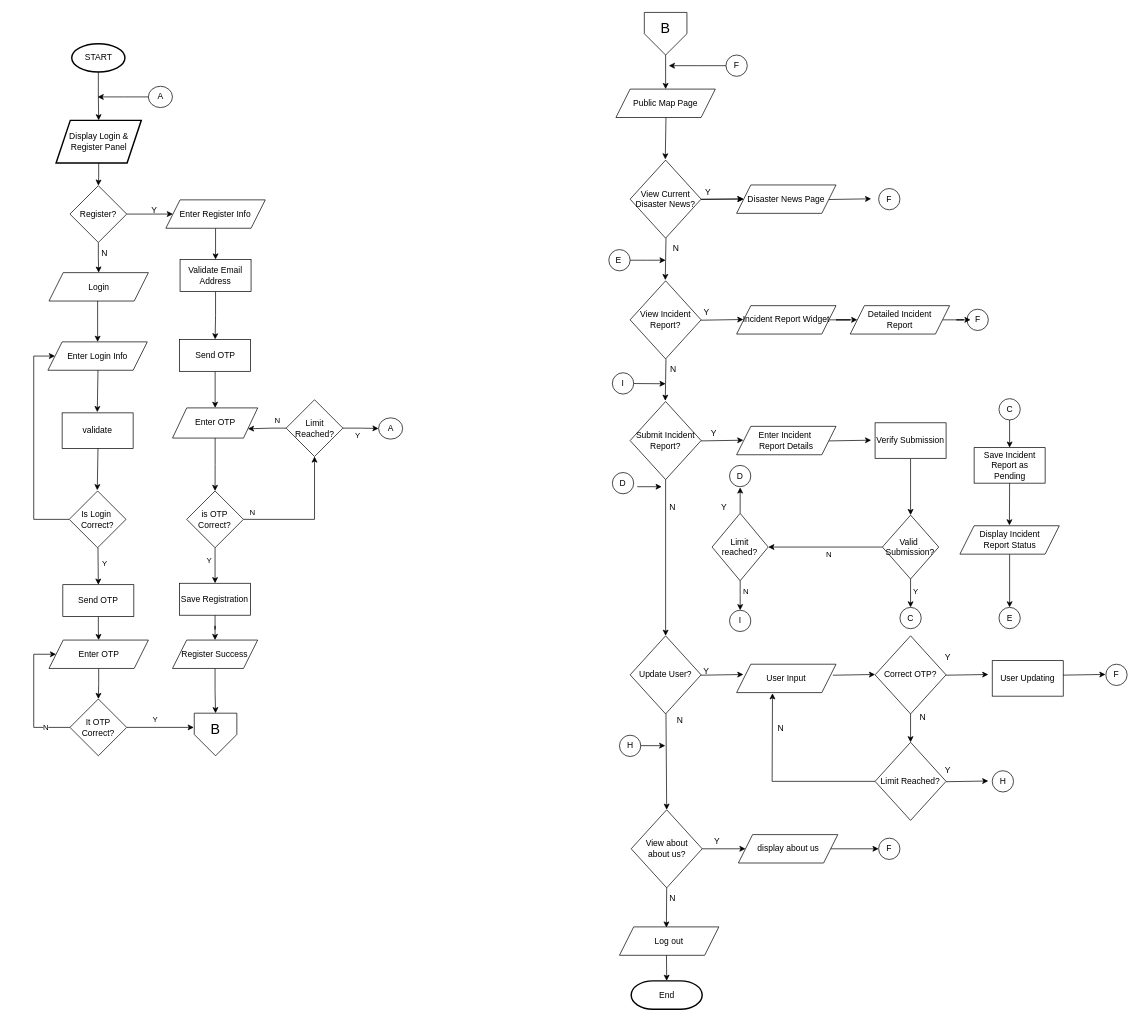
Before: Projects/Flowchart.drawio in N0Obitaz/DrawIODiagrams, a draw.io diagram. Source tidied: cells renumbered, new cells numbered last; positions are measured from the earlier drawing's top-left corner, leaving out a move shared by most shapes. Both pictures are drawn from the tidied source at 71%, with x=0, y=0 at pixel (12, 12).
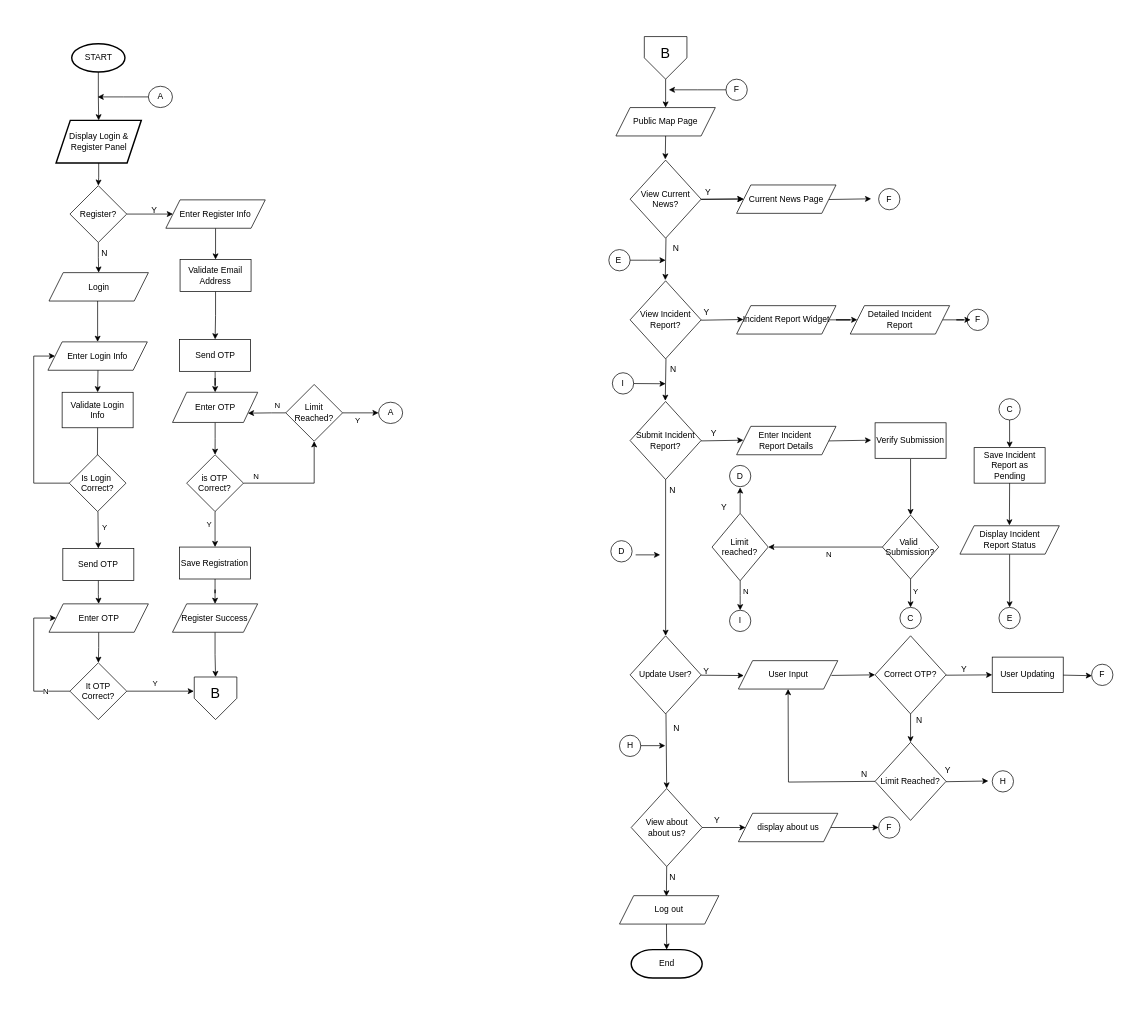
Above is the later version.

The change refers to these unchanged cells:
```xml
<mxCell id="5" value="Enter Login Info" style="shape=parallelogram;perimeter=parallelogramPerimeter;whiteSpace=wrap;html=1;fixedSize=1;" parent="1" vertex="1">
  <mxGeometry x="50" y="464" width="140" height="40" as="geometry" />
</mxCell>
<mxCell id="25" style="edgeStyle=orthogonalEdgeStyle;rounded=0;jettySize=auto;html=1;entryX=0.5;entryY=1;entryDx=0;entryDy=0;" parent="1" edge="1" source="26" target="49">
  <mxGeometry relative="1" as="geometry" />
</mxCell>
<mxCell id="103" value="Correct OTP?" style="rhombus;whiteSpace=wrap;html=1;" parent="1" vertex="1">
  <mxGeometry x="1215" y="878" width="100" height="110" as="geometry" />
</mxCell>
<mxCell id="122" value="Limit Reached?" style="rhombus;whiteSpace=wrap;html=1;" parent="1" vertex="1">
  <mxGeometry x="1215" y="1028" width="100" height="110" as="geometry" />
</mxCell>
```

The edit, as a diff of the source:
```diff
@@
-    <mxCell id="6" style="endArrow=classic;html=1;rounded=0;exitX=0.5;exitY=1;exitDx=0;exitDy=0;exitPerimeter=0;entryX=0.529;entryY=-0.036;entryDx=0;entryDy=0;entryPerimeter=0;" parent="1" edge="1">
+    <mxCell id="6" style="endArrow=classic;html=1;rounded=0;exitX=0.5;exitY=1;exitDx=0;exitDy=0;exitPerimeter=0;entryX=0.5;entryY=0;entryDx=0;entryDy=0;" parent="1" edge="1" target="7">
       <mxGeometry relative="1" as="geometry">
         <mxPoint x="120.5" y="504" as="sourcePoint" />
-        <mxPoint x="119.5" y="563" as="targetPoint" />
       </mxGeometry>
     </mxCell>
-    <mxCell id="7" value="validate" style="rounded=0;whiteSpace=wrap;html=1;" parent="1" vertex="1">
-      <mxGeometry x="70" y="564" width="100" height="50" as="geometry" />
+    <mxCell id="7" value="Validate Login Info" style="rounded=0;whiteSpace=wrap;html=1;" parent="1" vertex="1">
+      <mxGeometry x="70" y="535" width="100" height="50" as="geometry" />
     </mxCell>
-    <mxCell id="8" style="endArrow=classic;html=1;rounded=0;exitX=0.5;exitY=1;exitDx=0;exitDy=0;exitPerimeter=0;entryX=0.529;entryY=-0.036;entryDx=0;entryDy=0;entryPerimeter=0;" parent="1" edge="1">
+    <mxCell id="8" style="endArrow=classic;html=1;rounded=0;exitX=0.5;exitY=1;exitDx=0;exitDy=0;entryX=0.529;entryY=-0.036;entryDx=0;entryDy=0;entryPerimeter=0;" parent="1" edge="1" source="7">
       <mxGeometry relative="1" as="geometry">
-        <mxPoint x="120.5" y="614" as="sourcePoint" />
-        <mxPoint x="119.5" y="673" as="targetPoint" />
+        <mxPoint x="119.5" y="655" as="targetPoint" />
       </mxGeometry>
     </mxCell>
-    <mxCell id="9" style="edgeStyle=orthogonalEdgeStyle;rounded=0;jettySize=auto;html=1;entryX=0;entryY=0.5;entryDx=0;entryDy=0;" parent="1" edge="1" source="10" target="5">
+    <mxCell id="9" style="edgeStyle=orthogonalEdgeStyle;rounded=0;jettySize=auto;html=1;entryX=0;entryY=0.5;entryDx=0;entryDy=0;exitX=0;exitY=0.5;exitDx=0;exitDy=0;" parent="1" edge="1" source="10" target="5">
       <mxGeometry relative="1" as="geometry">
         <Array as="points">
-          <mxPoint x="30" y="714" />
+          <mxPoint x="30" y="663" />
           <mxPoint x="30" y="484" />
         </Array>
       </mxGeometry>
     </mxCell>
     <mxCell id="10" value="Is Login&amp;nbsp;&lt;div&gt;Correct?&lt;/div&gt;" style="rhombus;whiteSpace=wrap;html=1;" parent="1" vertex="1">
-      <mxGeometry x="80" y="674" width="80" height="80" as="geometry" />
+      <mxGeometry x="80" y="623" width="80" height="80" as="geometry" />
     </mxCell>
     <mxCell id="11" style="endArrow=classic;html=1;rounded=0;exitX=0.5;exitY=1;exitDx=0;exitDy=0;exitPerimeter=0;entryX=0.5;entryY=0;entryDx=0;entryDy=0;" parent="1" edge="1" target="36">
       <mxGeometry relative="1" as="geometry">
-        <mxPoint x="120.5" y="754" as="sourcePoint" />
+        <mxPoint x="120.5" y="703" as="sourcePoint" />
       </mxGeometry>
     </mxCell>
@@
+    <mxCell id="155" value="N" style="edgeLabel;html=1;align=center;verticalAlign=middle;" parent="25" vertex="1">
+      <mxGeometry x="-0.55" y="2" relative="1" as="geometry">
+        <mxPoint x="-19" y="-9" as="offset" />
+      </mxGeometry>
+    </mxCell>
     <mxCell id="26" value="is OTP Correct?" style="rhombus;whiteSpace=wrap;html=1;" parent="1" vertex="1">
-      <mxGeometry x="245.4" y="674" width="80" height="80" as="geometry" />
+      <mxGeometry x="245.4" y="623" width="80" height="80" as="geometry" />
     </mxCell>
@@
     <mxCell id="33" value="Register Success" style="shape=parallelogram;perimeter=parallelogramPerimeter;whiteSpace=wrap;html=1;fixedSize=1;" parent="1" vertex="1">
-      <mxGeometry x="225.4" y="884" width="120" height="40" as="geometry" />
+      <mxGeometry x="225.4" y="833" width="120" height="40" as="geometry" />
     </mxCell>
@@
     <mxCell id="36" value="Send OTP" style="rounded=0;whiteSpace=wrap;html=1;" parent="1" vertex="1">
-      <mxGeometry x="71" y="806" width="100" height="45" as="geometry" />
+      <mxGeometry x="71" y="755" width="100" height="45" as="geometry" />
     </mxCell>
@@
     <mxCell id="38" value="Enter OTP" style="shape=parallelogram;perimeter=parallelogramPerimeter;whiteSpace=wrap;html=1;fixedSize=1;" parent="1" vertex="1">
-      <mxGeometry x="51.5" y="884" width="140" height="40" as="geometry" />
+      <mxGeometry x="51.5" y="833" width="140" height="40" as="geometry" />
     </mxCell>
@@
     <mxCell id="41" style="edgeStyle=orthogonalEdgeStyle;rounded=0;jettySize=auto;html=1;entryX=0;entryY=0.5;entryDx=0;entryDy=0;" parent="1" edge="1" source="43" target="38">
       <mxGeometry relative="1" as="geometry">
         <Array as="points">
-          <mxPoint x="30" y="1007" />
-          <mxPoint x="30" y="904" />
+          <mxPoint x="30" y="956" />
+          <mxPoint x="30" y="853" />
         </Array>
       </mxGeometry>
     </mxCell>
@@
     <mxCell id="43" value="It OTP Correct?" style="rhombus;whiteSpace=wrap;html=1;" parent="1" vertex="1">
-      <mxGeometry x="81" y="967" width="80" height="80" as="geometry" />
+      <mxGeometry x="81" y="916" width="80" height="80" as="geometry" />
     </mxCell>
     <mxCell id="44" value="Enter OTP" style="shape=parallelogram;perimeter=parallelogramPerimeter;whiteSpace=wrap;html=1;fixedSize=1;rounded=0;" parent="1" vertex="1">
-      <mxGeometry x="225.5" y="557" width="120" height="42.5" as="geometry" />
+      <mxGeometry x="225.5" y="535" width="120" height="42.5" as="geometry" />
     </mxCell>
@@
     <mxCell id="49" value="Limit Reached?" style="rhombus;whiteSpace=wrap;html=1;" parent="1" vertex="1">
-      <mxGeometry x="385.5" y="545.5" width="80" height="80" as="geometry" />
+      <mxGeometry x="385" y="524" width="80" height="80" as="geometry" />
     </mxCell>
     <mxCell id="50" value="A" style="ellipse;whiteSpace=wrap;html=1;" parent="1" vertex="1">
-      <mxGeometry x="515.7" y="571" width="33.9" height="30" as="geometry" />
+      <mxGeometry x="515.7" y="549" width="33.9" height="30" as="geometry" />
     </mxCell>
@@
     <mxCell id="53" value="Public Map Page" style="shape=parallelogram;perimeter=parallelogramPerimeter;whiteSpace=wrap;html=1;fixedSize=1;" parent="1" vertex="1">
-      <mxGeometry x="850" y="108" width="140" height="40" as="geometry" />
+      <mxGeometry x="850" y="134" width="140" height="40" as="geometry" />
     </mxCell>
-    <mxCell id="54" style="endArrow=classic;html=1;rounded=0;exitX=0.5;exitY=1;exitDx=0;exitDy=0;exitPerimeter=0;entryX=0.529;entryY=-0.036;entryDx=0;entryDy=0;entryPerimeter=0;" parent="1" edge="1">
+    <mxCell id="54" style="endArrow=classic;html=1;rounded=0;exitX=0.5;exitY=1;exitDx=0;exitDy=0;entryX=0.529;entryY=-0.036;entryDx=0;entryDy=0;entryPerimeter=0;" parent="1" edge="1" source="53">
       <mxGeometry relative="1" as="geometry">
-        <mxPoint x="920.5" y="148" as="sourcePoint" />
         <mxPoint x="919.5" y="207" as="targetPoint" />
       </mxGeometry>
     </mxCell>
@@
-    <mxCell id="56" value="View Current&lt;div&gt;Disaster News?&lt;/div&gt;" style="rhombus;whiteSpace=wrap;html=1;" parent="1" vertex="1">
+    <mxCell id="56" value="View Current News?" style="rhombus;whiteSpace=wrap;html=1;" parent="1" vertex="1">
       <mxGeometry x="870" y="208" width="100" height="110" as="geometry" />
     </mxCell>
@@
-    <mxCell id="62" value="Disaster News Page" style="shape=parallelogram;perimeter=parallelogramPerimeter;whiteSpace=wrap;html=1;fixedSize=1;" parent="1" vertex="1">
+    <mxCell id="62" value="Current News Page" style="shape=parallelogram;perimeter=parallelogramPerimeter;whiteSpace=wrap;html=1;fixedSize=1;" parent="1" vertex="1">
       <mxGeometry x="1020" y="243" width="140" height="40" as="geometry" />
     </mxCell>
@@
     <mxCell id="95" style="endArrow=classic;html=1;rounded=0;" parent="1" edge="1">
       <mxGeometry relative="1" as="geometry">
-        <mxPoint x="880" y="668" as="sourcePoint" />
-        <mxPoint x="914.5" y="668" as="targetPoint" />
+        <mxPoint x="877.8" y="764" as="sourcePoint" />
+        <mxPoint x="912.3" y="764" as="targetPoint" />
       </mxGeometry>
     </mxCell>
     <mxCell id="96" style="verticalLabelPosition=bottom;verticalAlign=top;html=1;shape=mxgraph.flowchart.on-page_reference;" parent="1" vertex="1">
-      <mxGeometry x="845" y="648" width="30" height="30" as="geometry" />
+      <mxGeometry x="842.8" y="744" width="30" height="30" as="geometry" />
     </mxCell>
     <mxCell id="97" value="D" style="text;html=1;whiteSpace=wrap;strokeColor=none;fillColor=none;align=center;verticalAlign=middle;rounded=0;" parent="1" vertex="1">
-      <mxGeometry x="830" y="648" width="60" height="30" as="geometry" />
+      <mxGeometry x="827.8" y="744" width="60" height="30" as="geometry" />
     </mxCell>
@@
-    <mxCell id="100" style="endArrow=classic;html=1;rounded=0;exitX=0.5;exitY=1;exitDx=0;exitDy=0;exitPerimeter=0;" parent="1" edge="1">
+    <mxCell id="100" style="endArrow=classic;html=1;rounded=0;exitX=0.5;exitY=1;exitDx=0;exitDy=0;exitPerimeter=0;entryX=0.054;entryY=0.525;entryDx=0;entryDy=0;entryPerimeter=0;" parent="1" edge="1" target="101">
       <mxGeometry relative="1" as="geometry">
         <mxPoint x="970" y="933.5" as="sourcePoint" />
-        <mxPoint x="1029.5" y="932.5" as="targetPoint" />
       </mxGeometry>
     </mxCell>
     <mxCell id="101" value="User Input" style="shape=parallelogram;perimeter=parallelogramPerimeter;whiteSpace=wrap;html=1;fixedSize=1;" parent="1" vertex="1">
-      <mxGeometry x="1020" y="918" width="140" height="40" as="geometry" />
+      <mxGeometry x="1022.5" y="913" width="140" height="40" as="geometry" />
     </mxCell>
-    <mxCell id="102" style="endArrow=classic;html=1;rounded=0;exitX=0.5;exitY=1;exitDx=0;exitDy=0;exitPerimeter=0;" parent="1" edge="1">
-      <mxGeometry relative="1" as="geometry">
-        <mxPoint x="1155.5" y="933.5" as="sourcePoint" />
-        <mxPoint x="1215" y="932.5" as="targetPoint" />
-      </mxGeometry>
+    <mxCell id="102" style="endArrow=classic;html=1;rounded=0;exitX=0.936;exitY=0.52;exitDx=0;exitDy=0;exitPerimeter=0;entryX=0;entryY=0.5;entryDx=0;entryDy=0;" parent="1" edge="1" source="101" target="103">
+      <mxGeometry relative="1" as="geometry" />
     </mxCell>
@@
-    <mxCell id="104" style="endArrow=classic;html=1;rounded=0;exitX=0.5;exitY=1;exitDx=0;exitDy=0;exitPerimeter=0;" parent="1" edge="1">
+    <mxCell id="104" style="endArrow=classic;html=1;rounded=0;exitX=0.5;exitY=1;exitDx=0;exitDy=0;exitPerimeter=0;entryX=0;entryY=0.5;entryDx=0;entryDy=0;" parent="1" edge="1" target="105">
       <mxGeometry relative="1" as="geometry">
         <mxPoint x="1315" y="933.5" as="sourcePoint" />
-        <mxPoint x="1374.5" y="932.5" as="targetPoint" />
       </mxGeometry>
     </mxCell>
     <mxCell id="105" value="User Updating" style="rounded=0;whiteSpace=wrap;html=1;" parent="1" vertex="1">
-      <mxGeometry x="1380" y="913" width="100" height="50" as="geometry" />
+      <mxGeometry x="1380" y="908" width="100" height="50" as="geometry" />
     </mxCell>
-    <mxCell id="106" style="endArrow=classic;html=1;rounded=0;exitX=0.5;exitY=1;exitDx=0;exitDy=0;exitPerimeter=0;" parent="1" edge="1">
+    <mxCell id="106" style="endArrow=classic;html=1;rounded=0;exitX=0.5;exitY=1;exitDx=0;exitDy=0;exitPerimeter=0;entryX=0.015;entryY=0.54;entryDx=0;entryDy=0;entryPerimeter=0;" parent="1" edge="1" target="133">
       <mxGeometry relative="1" as="geometry">
         <mxPoint x="1480" y="933.4" as="sourcePoint" />
-        <mxPoint x="1539.5" y="932.4" as="targetPoint" />
       </mxGeometry>
     </mxCell>
@@
     <mxCell id="108" value="View about&lt;div&gt;about us?&lt;/div&gt;" style="rhombus;whiteSpace=wrap;html=1;" parent="1" vertex="1">
-      <mxGeometry x="871.5" y="1123" width="100" height="110" as="geometry" />
+      <mxGeometry x="871.5" y="1093" width="100" height="110" as="geometry" />
     </mxCell>
@@
     <mxCell id="111" value="display about us" style="shape=parallelogram;perimeter=parallelogramPerimeter;whiteSpace=wrap;html=1;fixedSize=1;" parent="1" vertex="1">
-      <mxGeometry x="1022.5" y="1158" width="140" height="40" as="geometry" />
+      <mxGeometry x="1022.5" y="1128" width="140" height="40" as="geometry" />
     </mxCell>
     <mxCell id="112" value="N" style="text;html=1;whiteSpace=wrap;strokeColor=none;fillColor=none;align=center;verticalAlign=middle;rounded=0;" parent="1" vertex="1">
-      <mxGeometry x="907.5" y="978" width="65" height="40" as="geometry" />
+      <mxGeometry x="902.5" y="988" width="65" height="40" as="geometry" />
     </mxCell>
@@
     <mxCell id="116" value="Y" style="text;html=1;whiteSpace=wrap;strokeColor=none;fillColor=none;align=center;verticalAlign=middle;rounded=0;" parent="1" vertex="1">
-      <mxGeometry x="960" y="1148" width="65" height="40" as="geometry" />
+      <mxGeometry x="960" y="1118" width="65" height="40" as="geometry" />
     </mxCell>
@@
     <mxCell id="118" value="Log out" style="shape=parallelogram;perimeter=parallelogramPerimeter;whiteSpace=wrap;html=1;fixedSize=1;" parent="1" vertex="1">
-      <mxGeometry x="855" y="1288" width="140" height="40" as="geometry" />
+      <mxGeometry x="855" y="1244" width="140" height="40" as="geometry" />
     </mxCell>
     <mxCell id="119" style="endArrow=classic;html=1;rounded=0;entryX=0.5;entryY=0;entryDx=0;entryDy=0;entryPerimeter=0;" parent="1" edge="1" target="170">
       <mxGeometry relative="1" as="geometry">
-        <mxPoint x="921.2" y="1328" as="sourcePoint" />
+        <mxPoint x="921.2" y="1284" as="sourcePoint" />
       </mxGeometry>
     </mxCell>
     <mxCell id="120" value="N" style="text;html=1;whiteSpace=wrap;strokeColor=none;fillColor=none;align=center;verticalAlign=middle;rounded=0;" parent="1" vertex="1">
-      <mxGeometry x="925" y="1228" width="10" height="40" as="geometry" />
+      <mxGeometry x="925" y="1198" width="10" height="40" as="geometry" />
     </mxCell>
-    <mxCell id="121" style="endArrow=none;html=1;rounded=0;exitX=0.5;exitY=1;exitDx=0;exitDy=0;exitPerimeter=0;entryX=0;entryY=0.5;entryDx=0;entryDy=0;endFill=0;startArrow=classic;startFill=1;" parent="1" edge="1" target="122">
+    <mxCell id="121" style="endArrow=none;html=1;rounded=0;exitX=0.5;exitY=1;exitDx=0;exitDy=0;entryX=0;entryY=0.5;entryDx=0;entryDy=0;endFill=0;startArrow=classic;startFill=1;" parent="1" edge="1" source="101" target="122">
       <mxGeometry relative="1" as="geometry">
-        <mxPoint x="1070.5" y="959" as="sourcePoint" />
         <Array as="points">
-          <mxPoint x="1070" y="1083" />
+          <mxPoint x="1093" y="1084" />
         </Array>
       </mxGeometry>
     </mxCell>
@@
     <mxCell id="124" value="N" style="text;html=1;whiteSpace=wrap;strokeColor=none;fillColor=none;align=center;verticalAlign=middle;rounded=0;" parent="1" vertex="1">
-      <mxGeometry x="1250" y="973" width="65" height="40" as="geometry" />
+      <mxGeometry x="1244.5" y="978" width="65" height="40" as="geometry" />
     </mxCell>
     <mxCell id="125" value="N" style="text;html=1;whiteSpace=wrap;strokeColor=none;fillColor=none;align=center;verticalAlign=middle;rounded=0;" parent="1" vertex="1">
-      <mxGeometry x="1050" y="988" width="65" height="40" as="geometry" />
+      <mxGeometry x="1195" y="1053" width="10" height="40" as="geometry" />
     </mxCell>
@@
     <mxCell id="130" value="Y" style="text;html=1;whiteSpace=wrap;strokeColor=none;fillColor=none;align=center;verticalAlign=middle;rounded=0;" parent="1" vertex="1">
-      <mxGeometry x="1285" y="888" width="65" height="40" as="geometry" />
+      <mxGeometry x="1329.5" y="916" width="20.5" height="18" as="geometry" />
     </mxCell>
@@
     <mxCell id="132" value="N" style="text;html=1;whiteSpace=wrap;strokeColor=none;fillColor=none;align=center;verticalAlign=middle;rounded=0;" parent="1" vertex="1">
-      <mxGeometry x="916.3" y="683" width="27.5" height="30" as="geometry" />
+      <mxGeometry x="916.3" y="658" width="27.5" height="30" as="geometry" />
     </mxCell>
     <mxCell id="133" value="F" style="ellipse;whiteSpace=wrap;html=1;" parent="1" vertex="1">
-      <mxGeometry x="1540" y="918" width="30" height="30" as="geometry" />
+      <mxGeometry x="1520" y="918" width="30" height="30" as="geometry" />
     </mxCell>
     <mxCell id="134" value="F" style="ellipse;whiteSpace=wrap;html=1;" parent="1" vertex="1">
-      <mxGeometry x="1220" y="1163" width="30" height="30" as="geometry" />
+      <mxGeometry x="1220" y="1133" width="30" height="30" as="geometry" />
     </mxCell>
     <mxCell id="135" style="edgeStyle=orthogonalEdgeStyle;rounded=0;jettySize=auto;html=1;" parent="1" edge="1" source="136">
       <mxGeometry relative="1" as="geometry">
-        <mxPoint x="924.5" y="75" as="targetPoint" />
+        <mxPoint x="924.5" y="109" as="targetPoint" />
       </mxGeometry>
     </mxCell>
     <mxCell id="136" value="F" style="ellipse;whiteSpace=wrap;html=1;" parent="1" vertex="1">
-      <mxGeometry x="1005" y="60" width="30" height="30" as="geometry" />
+      <mxGeometry x="1005" y="94" width="30" height="30" as="geometry" />
     </mxCell>
@@
     <mxCell id="139" style="group;fontSize=19;" parent="1" vertex="1">
-      <mxGeometry x="256.1" y="987" width="60" height="60" as="geometry" />
+      <mxGeometry x="256.1" y="936" width="60" height="60" as="geometry" />
     </mxCell>
@@
     <mxCell id="142" style="group;fontSize=19;" parent="1" vertex="1">
-      <mxGeometry x="890" width="60" height="60" as="geometry" />
+      <mxGeometry x="890" y="34" width="60" height="60" as="geometry" />
     </mxCell>
@@
-    <mxCell id="155" value="N" style="edgeLabel;html=1;align=center;verticalAlign=middle;" parent="1" vertex="1">
-      <mxGeometry x="440.6" y="638" as="geometry">
-        <mxPoint x="-103" y="66" as="offset" />
-      </mxGeometry>
-    </mxCell>
@@
     <mxCell id="157" value="Save Registration" style="rounded=0;whiteSpace=wrap;html=1;" parent="1" vertex="1">
-      <mxGeometry x="235.4" y="804" width="100" height="45" as="geometry" />
+      <mxGeometry x="235.4" y="753" width="100" height="45" as="geometry" />
     </mxCell>
@@
     <mxCell id="170" value="End" style="strokeWidth=2;html=1;shape=mxgraph.flowchart.terminator;whiteSpace=wrap;" parent="1" vertex="1">
-      <mxGeometry x="871.5" y="1364" width="100" height="40" as="geometry" />
+      <mxGeometry x="871.5" y="1320" width="100" height="40" as="geometry" />
     </mxCell>
```
